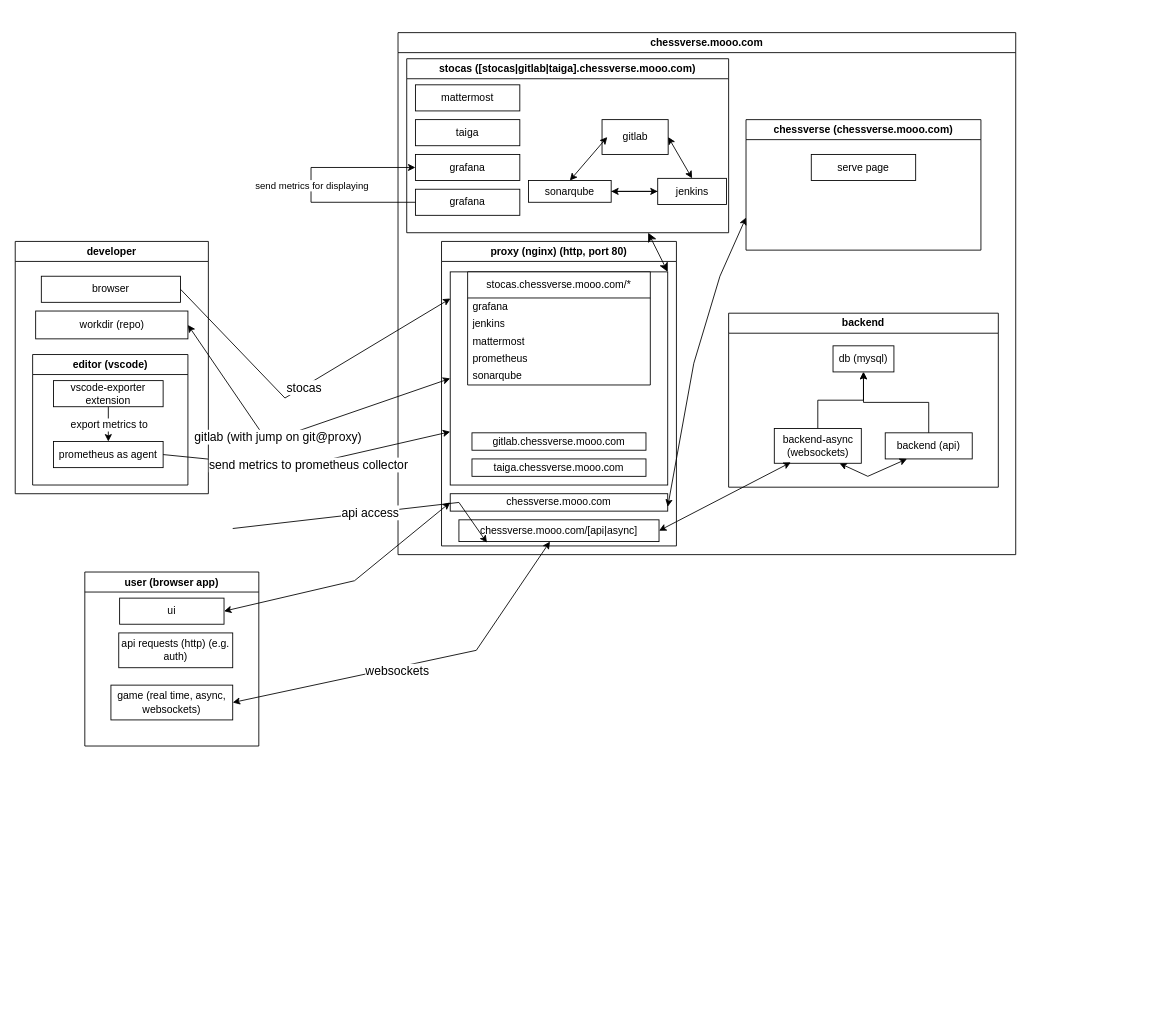
The draw.io diagram doc/infrastructure.drawio in papum20/unibo__projects__ChessVerse, before the edit. Source tidied: cells renumbered, new cells numbered last; positions are measured from the earlier drawing's top-left corner, leaving out a move shared by most shapes. Both pictures are drawn from the tidied source at 87%, with x=0, y=0 at pixel (15, 32).
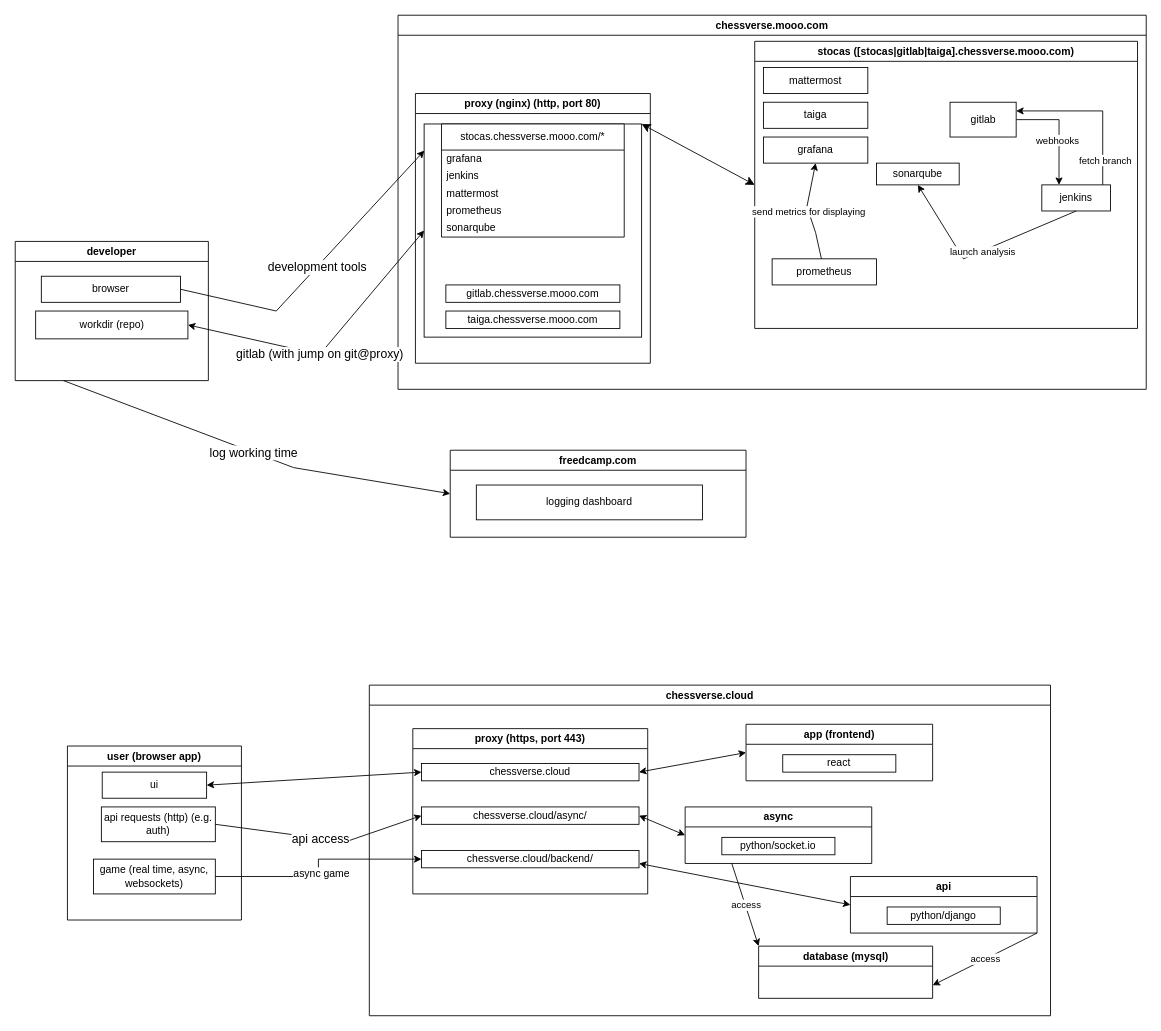
The same page after the edit.

The change refers to these unchanged cells:
```xml
<mxCell id="4" style="rounded=0;whiteSpace=wrap;html=1;" parent="3" vertex="1">
  <mxGeometry x="10" y="35" width="250" height="245" as="geometry" />
</mxCell>
<mxCell id="19" value="gitlab" style="rounded=0;whiteSpace=wrap;html=1;" parent="17" vertex="1">
  <mxGeometry x="224.5" y="70" width="76" height="40" as="geometry" />
</mxCell>
<mxCell id="24" value="sonarqube" style="rounded=0;whiteSpace=wrap;html=1;" parent="17" vertex="1">
  <mxGeometry x="140" y="140" width="95" height="25" as="geometry" />
</mxCell>
<mxCell id="27" value="grafana" style="rounded=0;whiteSpace=wrap;html=1;" parent="17" vertex="1">
  <mxGeometry x="10" y="110" width="120" height="30" as="geometry" />
</mxCell>
<mxCell id="44" value="browser" style="rounded=0;whiteSpace=wrap;html=1;" parent="43" vertex="1">
  <mxGeometry x="30" y="40" width="160" height="30" as="geometry" />
</mxCell>
<mxCell id="50" value="workdir (repo)" style="rounded=0;whiteSpace=wrap;html=1;" parent="43" vertex="1">
  <mxGeometry x="23.5" y="80" width="175" height="32" as="geometry" />
</mxCell>
<mxCell id="58" value="ui" style="rounded=0;whiteSpace=wrap;html=1;" parent="57" vertex="1">
  <mxGeometry x="40" y="30" width="120" height="30" as="geometry" />
</mxCell>
<mxCell id="59" value="api requests (http) (e.g. auth)" style="rounded=0;whiteSpace=wrap;html=1;" parent="57" vertex="1">
  <mxGeometry x="39" y="70" width="131" height="40" as="geometry" />
</mxCell>
<mxCell id="60" value="game (real time, async, websockets)" style="rounded=0;whiteSpace=wrap;html=1;" parent="57" vertex="1">
  <mxGeometry x="30" y="130" width="140" height="40" as="geometry" />
</mxCell>
```

Diff of the diagram source:
```diff
@@
     <mxCell id="2" value="chessverse.mooo.com" style="swimlane;whiteSpace=wrap;html=1;" parent="1" vertex="1">
-      <mxGeometry x="440" width="710" height="600" as="geometry" />
+      <mxGeometry x="440" y="-20" width="860" height="430" as="geometry" />
     </mxCell>
     <mxCell id="3" value="proxy (nginx) (http, port 80)" style="swimlane;whiteSpace=wrap;html=1;" parent="2" vertex="1">
-      <mxGeometry x="50" y="240" width="270" height="350" as="geometry" />
+      <mxGeometry x="20" y="90" width="270" height="310" as="geometry" />
     </mxCell>
@@
-    <mxCell id="5" value="chessverse.mooo.com" style="rounded=0;whiteSpace=wrap;html=1;" parent="3" vertex="1">
-      <mxGeometry x="10" y="290" width="250" height="20" as="geometry" />
-    </mxCell>
-    <mxCell id="6" value="chessverse.mooo.com/[api|async]" style="rounded=0;whiteSpace=wrap;html=1;" parent="3" vertex="1">
-      <mxGeometry x="20" y="320" width="230" height="25" as="geometry" />
-    </mxCell>
-    <mxCell id="7" style="endArrow=classic;html=1;rounded=0;exitX=1;exitY=0.5;exitDx=0;exitDy=0;entryX=0.14;entryY=1.05;entryDx=0;entryDy=0;entryPerimeter=0;" parent="3" edge="1" target="6">
-      <mxGeometry relative="1" as="geometry">
-        <mxPoint x="-240" y="330" as="sourcePoint" />
-        <Array as="points">
-          <mxPoint x="20" y="300" />
-        </Array>
-      </mxGeometry>
-    </mxCell>
-    <mxCell id="8" value="&lt;font style=&quot;font-size: 14px;&quot;&gt;api access&lt;/font&gt;" style="edgeLabel;html=1;align=center;verticalAlign=middle;" parent="7" vertex="1">
-      <mxGeometry relative="1" as="geometry" />
-    </mxCell>
@@
     <mxCell id="17" value="stocas ([stocas|gitlab|taiga].chessverse.mooo.com)" style="swimlane;whiteSpace=wrap;html=1;" parent="2" vertex="1">
-      <mxGeometry x="10" y="30" width="370" height="200" as="geometry" />
+      <mxGeometry x="410" y="30" width="440" height="330" as="geometry" />
     </mxCell>
@@
+    <mxCell id="25" style="edgeStyle=orthogonalEdgeStyle;rounded=0;jettySize=auto;html=1;entryX=0.25;entryY=0;entryDx=0;entryDy=0;" parent="17" edge="1" source="19" target="22">
+      <mxGeometry relative="1" as="geometry" />
+    </mxCell>
+    <mxCell id="64" value="webhooks" style="edgeLabel;html=1;align=center;verticalAlign=middle;" parent="25" vertex="1">
+      <mxGeometry x="0.18" y="-2" relative="1" as="geometry" />
+    </mxCell>
@@
-    <mxCell id="21" style="edgeStyle=orthogonalEdgeStyle;rounded=0;jettySize=auto;html=1;" parent="17" edge="1" source="22" target="24">
-      <mxGeometry relative="1" as="geometry" />
-    </mxCell>
+    <mxCell id="65" style="edgeStyle=orthogonalEdgeStyle;rounded=0;jettySize=auto;html=1;entryX=1;entryY=0.25;entryDx=0;entryDy=0;" parent="17" edge="1" source="22" target="19">
+      <mxGeometry relative="1" as="geometry">
+        <Array as="points">
+          <mxPoint x="400" y="80" />
+        </Array>
+      </mxGeometry>
+    </mxCell>
+    <mxCell id="66" value="fetch branch" style="edgeLabel;html=1;align=center;verticalAlign=middle;" parent="65" vertex="1">
+      <mxGeometry x="-0.69" y="-2" relative="1" as="geometry" />
+    </mxCell>
     <mxCell id="22" value="jenkins" style="rounded=0;whiteSpace=wrap;html=1;" parent="17" vertex="1">
-      <mxGeometry x="288.5" y="137.5" width="79" height="30" as="geometry" />
+      <mxGeometry x="330" y="165" width="79" height="30" as="geometry" />
     </mxCell>
-    <mxCell id="23" style="edgeStyle=orthogonalEdgeStyle;rounded=0;jettySize=auto;html=1;" parent="17" edge="1" source="24" target="22">
-      <mxGeometry relative="1" as="geometry" />
-    </mxCell>
@@
-    <mxCell id="25" style="endArrow=classic;startArrow=classic;html=1;rounded=0;entryX=0.5;entryY=0;entryDx=0;entryDy=0;exitX=1;exitY=0.5;exitDx=0;exitDy=0;" parent="17" edge="1" source="19" target="22">
-      <mxGeometry relative="1" as="geometry" />
-    </mxCell>
-    <mxCell id="26" style="endArrow=classic;startArrow=classic;html=1;rounded=0;entryX=0.079;entryY=0.5;entryDx=0;entryDy=0;entryPerimeter=0;exitX=0.5;exitY=0;exitDx=0;exitDy=0;" parent="17" edge="1" source="24" target="19">
-      <mxGeometry relative="1" as="geometry" />
-    </mxCell>
@@
-    <mxCell id="28" value="grafana" style="rounded=0;whiteSpace=wrap;html=1;" parent="17" vertex="1">
-      <mxGeometry x="10" y="150" width="120" height="30" as="geometry" />
+    <mxCell id="28" value="prometheus" style="rounded=0;whiteSpace=wrap;html=1;" parent="17" vertex="1">
+      <mxGeometry x="20" y="250" width="120" height="30" as="geometry" />
     </mxCell>
-    <mxCell id="29" style="endArrow=classic;html=1;rounded=0;exitX=0;exitY=0.5;exitDx=0;exitDy=0;entryX=0;entryY=0.5;entryDx=0;entryDy=0;" parent="17" edge="1" source="28" target="27">
+    <mxCell id="29" style="endArrow=classic;html=1;rounded=0;entryX=0.5;entryY=1;entryDx=0;entryDy=0;" parent="17" edge="1" source="28" target="27">
       <mxGeometry relative="1" as="geometry">
         <Array as="points">
-          <mxPoint x="-110" y="165" />
-          <mxPoint x="-110" y="125" />
+          <mxPoint x="70" y="220" />
+          <mxPoint x="60" y="190" />
         </Array>
       </mxGeometry>
     </mxCell>
@@
-    <mxCell id="31" value="chessverse (chessverse.mooo.com)" style="swimlane;whiteSpace=wrap;html=1;startSize=23;" parent="2" vertex="1">
-      <mxGeometry x="400" y="100" width="270" height="150" as="geometry" />
-    </mxCell>
-    <mxCell id="32" value="serve page" style="rounded=0;whiteSpace=wrap;html=1;" parent="31" vertex="1">
-      <mxGeometry x="75" y="40" width="120" height="30" as="geometry" />
-    </mxCell>
-    <mxCell id="33" value="backend" style="swimlane;whiteSpace=wrap;html=1;" parent="2" vertex="1">
-      <mxGeometry x="380" y="322.5" width="310" height="200" as="geometry" />
-    </mxCell>
-    <mxCell id="34" value="backend (api)" style="rounded=0;whiteSpace=wrap;html=1;" parent="33" vertex="1">
-      <mxGeometry x="180" y="137.5" width="100" height="30" as="geometry" />
-    </mxCell>
-    <mxCell id="35" value="db (mysql)" style="rounded=0;whiteSpace=wrap;html=1;" parent="33" vertex="1">
-      <mxGeometry x="120" y="37.5" width="70" height="30" as="geometry" />
-    </mxCell>
-    <mxCell id="36" style="edgeStyle=orthogonalEdgeStyle;rounded=0;jettySize=auto;html=1;entryX=0.5;entryY=1;entryDx=0;entryDy=0;" parent="33" edge="1" source="39" target="35">
-      <mxGeometry relative="1" as="geometry" />
-    </mxCell>
-    <mxCell id="37" style="edgeStyle=orthogonalEdgeStyle;rounded=0;jettySize=auto;html=1;entryX=0.5;entryY=1;entryDx=0;entryDy=0;" parent="33" edge="1" source="34" target="35">
-      <mxGeometry relative="1" as="geometry" />
-    </mxCell>
-    <mxCell id="38" style="endArrow=classic;startArrow=classic;html=1;rounded=0;entryX=0.25;entryY=1;entryDx=0;entryDy=0;exitX=0.75;exitY=1;exitDx=0;exitDy=0;" parent="33" edge="1" source="39" target="34">
-      <mxGeometry relative="1" as="geometry">
-        <Array as="points">
-          <mxPoint x="160" y="187.5" />
-        </Array>
-      </mxGeometry>
-    </mxCell>
-    <mxCell id="39" value="backend-async (websockets)" style="rounded=0;whiteSpace=wrap;html=1;" parent="33" vertex="1">
-      <mxGeometry x="52.5" y="132.5" width="100" height="40" as="geometry" />
-    </mxCell>
-    <mxCell id="40" style="endArrow=classic;startArrow=classic;html=1;rounded=0;entryX=0.19;entryY=0.975;entryDx=0;entryDy=0;entryPerimeter=0;exitX=1;exitY=0.5;exitDx=0;exitDy=0;" parent="2" edge="1" source="6" target="39">
-      <mxGeometry relative="1" as="geometry" />
-    </mxCell>
+    <mxCell id="21" style="endArrow=classic;html=1;rounded=0;exitX=0.5;exitY=1;exitDx=0;exitDy=0;entryX=0.5;entryY=1;entryDx=0;entryDy=0;" parent="17" edge="1" source="22" target="24">
+      <mxGeometry relative="1" as="geometry">
+        <Array as="points">
+          <mxPoint x="240" y="250" />
+        </Array>
+      </mxGeometry>
+    </mxCell>
+    <mxCell id="67" value="launch analysis" style="edgeLabel;html=1;align=center;verticalAlign=middle;" parent="21" vertex="1">
+      <mxGeometry x="-0.03" y="1" relative="1" as="geometry">
+        <mxPoint x="-1" as="offset" />
+      </mxGeometry>
+    </mxCell>
-    <mxCell id="41" style="edgeStyle=none;jettySize=auto;html=1;endArrow=classic;startArrow=classic;endSize=8;startSize=8;rounded=0;entryX=1;entryY=0;entryDx=0;entryDy=0;exitX=0.75;exitY=1;exitDx=0;exitDy=0;" parent="2" edge="1" source="17" target="4">
+    <mxCell id="41" style="edgeStyle=none;jettySize=auto;html=1;endArrow=classic;startArrow=classic;endSize=8;startSize=8;rounded=0;entryX=1;entryY=0;entryDx=0;entryDy=0;exitX=0;exitY=0.5;exitDx=0;exitDy=0;" parent="2" edge="1" source="17" target="4">
       <mxGeometry relative="1" as="geometry" />
     </mxCell>
-    <mxCell id="42" style="endArrow=classic;startArrow=classic;html=1;rounded=0;exitX=1;exitY=0.75;exitDx=0;exitDy=0;entryX=0;entryY=0.75;entryDx=0;entryDy=0;" parent="2" edge="1" source="5" target="31">
-      <mxGeometry relative="1" as="geometry">
-        <Array as="points">
-          <mxPoint x="340" y="380" />
-          <mxPoint x="370" y="280" />
-        </Array>
-      </mxGeometry>
-    </mxCell>
     <mxCell id="43" value="developer" style="swimlane;whiteSpace=wrap;html=1;" parent="1" vertex="1">
-      <mxGeometry y="240" width="222" height="290" as="geometry" />
+      <mxGeometry y="240" width="222" height="160" as="geometry" />
     </mxCell>
@@
-    <mxCell id="45" value="editor (vscode)" style="swimlane;whiteSpace=wrap;html=1;" parent="43" vertex="1">
-      <mxGeometry x="20" y="130" width="178.5" height="150" as="geometry" />
-    </mxCell>
-    <mxCell id="46" value="vscode-exporter extension" style="rounded=0;whiteSpace=wrap;html=1;" parent="45" vertex="1">
-      <mxGeometry x="24" y="30" width="126" height="30" as="geometry" />
-    </mxCell>
-    <mxCell id="47" value="prometheus as agent" style="rounded=0;whiteSpace=wrap;html=1;" parent="45" vertex="1">
-      <mxGeometry x="24" y="100" width="126" height="30" as="geometry" />
-    </mxCell>
-    <mxCell id="48" style="endArrow=classic;html=1;rounded=0;exitX=0.5;exitY=1;exitDx=0;exitDy=0;entryX=0.5;entryY=0;entryDx=0;entryDy=0;" parent="45" edge="1" source="46" target="47">
-      <mxGeometry relative="1" as="geometry" />
-    </mxCell>
-    <mxCell id="49" value="&lt;font style=&quot;font-size: 12px;&quot;&gt;export metrics to&lt;/font&gt;" style="edgeLabel;html=1;align=center;verticalAlign=middle;" parent="48" vertex="1">
-      <mxGeometry relative="1" as="geometry" />
-    </mxCell>
@@
     <mxCell id="51" style="endArrow=classic;html=1;rounded=0;exitX=1;exitY=0.5;exitDx=0;exitDy=0;entryX=0.001;entryY=0.125;entryDx=0;entryDy=0;entryPerimeter=0;" parent="1" edge="1" source="44" target="4">
       <mxGeometry relative="1" as="geometry">
         <Array as="points">
-          <mxPoint x="310" y="420" />
+          <mxPoint x="300" y="320" />
         </Array>
       </mxGeometry>
     </mxCell>
-    <mxCell id="52" value="&lt;font style=&quot;font-size: 14px;&quot;&gt;stocas&lt;/font&gt;" style="edgeLabel;html=1;align=center;verticalAlign=middle;" parent="51" vertex="1">
+    <mxCell id="52" value="&lt;font style=&quot;font-size: 14px;&quot;&gt;development tools&lt;br&gt;&lt;/font&gt;" style="edgeLabel;html=1;align=center;verticalAlign=middle;" parent="51" vertex="1">
       <mxGeometry relative="1" as="geometry" />
     </mxCell>
-    <mxCell id="53" style="endArrow=classic;html=1;rounded=0;entryX=0;entryY=0.75;entryDx=0;entryDy=0;exitX=1;exitY=0.5;exitDx=0;exitDy=0;" parent="1" edge="1" source="47" target="4">
+    <mxCell id="53" style="endArrow=classic;html=1;rounded=0;entryX=0;entryY=0.5;entryDx=0;entryDy=0;exitX=0.25;exitY=1;exitDx=0;exitDy=0;" parent="1" edge="1" source="43" target="90">
       <mxGeometry relative="1" as="geometry">
         <Array as="points">
           <mxPoint x="320" y="500" />
         </Array>
       </mxGeometry>
     </mxCell>
-    <mxCell id="54" value="&lt;font style=&quot;font-size: 14px;&quot;&gt;send metrics to prometheus collector&lt;br&gt;&lt;/font&gt;" style="edgeLabel;html=1;align=center;verticalAlign=middle;" parent="53" vertex="1">
+    <mxCell id="54" value="&lt;font style=&quot;font-size: 14px;&quot;&gt;log working time&lt;br&gt;&lt;/font&gt;" style="edgeLabel;html=1;align=center;verticalAlign=middle;" parent="53" vertex="1">
       <mxGeometry relative="1" as="geometry" />
     </mxCell>
     <mxCell id="55" style="endArrow=classic;startArrow=classic;html=1;rounded=0;exitX=1;exitY=0.5;exitDx=0;exitDy=0;entryX=0;entryY=0.5;entryDx=0;entryDy=0;" parent="1" edge="1" source="50" target="4">
       <mxGeometry relative="1" as="geometry">
         <Array as="points">
-          <mxPoint x="290" y="470" />
+          <mxPoint x="350" y="370" />
         </Array>
       </mxGeometry>
     </mxCell>
@@
     <mxCell id="57" value="user (browser app)" style="swimlane;whiteSpace=wrap;html=1;" parent="1" vertex="1">
-      <mxGeometry x="80" y="620" width="200" height="200" as="geometry" />
+      <mxGeometry x="60" y="820" width="200" height="200" as="geometry" />
     </mxCell>
@@
-    <mxCell id="61" style="endArrow=classic;startArrow=classic;html=1;rounded=0;exitX=1;exitY=0.5;exitDx=0;exitDy=0;entryX=0.455;entryY=1;entryDx=0;entryDy=0;entryPerimeter=0;" parent="1" edge="1" source="60" target="6">
-      <mxGeometry relative="1" as="geometry">
-        <Array as="points">
-          <mxPoint x="530" y="710" />
-        </Array>
-      </mxGeometry>
-    </mxCell>
-    <mxCell id="62" value="&lt;font style=&quot;font-size: 14px;&quot;&gt;websockets&lt;/font&gt;" style="edgeLabel;html=1;align=center;verticalAlign=middle;" parent="61" vertex="1">
-      <mxGeometry x="-0.12" y="-4" relative="1" as="geometry" />
-    </mxCell>
-    <mxCell id="63" style="endArrow=classic;startArrow=classic;html=1;rounded=0;entryX=0;entryY=0.5;entryDx=0;entryDy=0;exitX=1;exitY=0.5;exitDx=0;exitDy=0;" parent="1" edge="1" source="58" target="5">
-      <mxGeometry relative="1" as="geometry">
-        <Array as="points">
-          <mxPoint x="390" y="630" />
-        </Array>
-      </mxGeometry>
-    </mxCell>
+    <mxCell id="68" value="chessverse.cloud" style="swimlane;whiteSpace=wrap;html=1;" parent="1" vertex="1">
+      <mxGeometry x="407" y="750" width="783" height="380" as="geometry" />
+    </mxCell>
+    <mxCell id="69" value="proxy (https, port 443)" style="swimlane;whiteSpace=wrap;html=1;" parent="68" vertex="1">
+      <mxGeometry x="50" y="50" width="270" height="190" as="geometry" />
+    </mxCell>
+    <mxCell id="70" value="chessverse.cloud" style="rounded=0;whiteSpace=wrap;html=1;" parent="69" vertex="1">
+      <mxGeometry x="10" y="40" width="250" height="20" as="geometry" />
+    </mxCell>
+    <mxCell id="71" value="chessverse.cloud/backend/" style="rounded=0;whiteSpace=wrap;html=1;" parent="69" vertex="1">
+      <mxGeometry x="10" y="140" width="250" height="20" as="geometry" />
+    </mxCell>
+    <mxCell id="72" value="chessverse.cloud/async/" style="rounded=0;whiteSpace=wrap;html=1;" parent="69" vertex="1">
+      <mxGeometry x="10" y="90" width="250" height="20" as="geometry" />
+    </mxCell>
+    <mxCell id="73" value="app (frontend)" style="swimlane;whiteSpace=wrap;html=1;" parent="68" vertex="1">
+      <mxGeometry x="433" y="45" width="214.5" height="65" as="geometry" />
+    </mxCell>
+    <mxCell id="74" value="react" style="whiteSpace=wrap;html=1;" parent="73" vertex="1">
+      <mxGeometry x="42.2" y="35" width="130" height="20" as="geometry" />
+    </mxCell>
+    <mxCell id="75" value="database (mysql)" style="swimlane;whiteSpace=wrap;html=1;" parent="68" vertex="1">
+      <mxGeometry x="447.5" y="300" width="200" height="60" as="geometry" />
+    </mxCell>
+    <mxCell id="76" value="async" style="swimlane;whiteSpace=wrap;html=1;startSize=23;" parent="68" vertex="1">
+      <mxGeometry x="363" y="140" width="214.5" height="65" as="geometry" />
+    </mxCell>
+    <mxCell id="77" value="python/socket.io" style="whiteSpace=wrap;html=1;" parent="76" vertex="1">
+      <mxGeometry x="42.2" y="35" width="130" height="20" as="geometry" />
+    </mxCell>
+    <mxCell id="78" value="api" style="swimlane;whiteSpace=wrap;html=1;" parent="68" vertex="1">
+      <mxGeometry x="553" y="220" width="214.5" height="65" as="geometry" />
+    </mxCell>
+    <mxCell id="79" value="python/django" style="whiteSpace=wrap;html=1;" parent="78" vertex="1">
+      <mxGeometry x="42.2" y="35" width="130" height="20" as="geometry" />
+    </mxCell>
+    <mxCell id="80" style="endArrow=classic;startArrow=classic;html=1;rounded=0;exitX=1;exitY=0.5;exitDx=0;exitDy=0;entryX=0;entryY=0.5;entryDx=0;entryDy=0;" parent="68" edge="1" source="72" target="76">
+      <mxGeometry relative="1" as="geometry" />
+    </mxCell>
+    <mxCell id="81" style="endArrow=classic;startArrow=classic;html=1;rounded=0;exitX=1;exitY=0.75;exitDx=0;exitDy=0;entryX=0;entryY=0.5;entryDx=0;entryDy=0;" parent="68" edge="1" source="71" target="78">
+      <mxGeometry relative="1" as="geometry" />
+    </mxCell>
+    <mxCell id="82" style="endArrow=classic;startArrow=classic;html=1;rounded=0;exitX=1;exitY=0.5;exitDx=0;exitDy=0;entryX=0;entryY=0.5;entryDx=0;entryDy=0;" parent="68" edge="1" source="70" target="73">
+      <mxGeometry relative="1" as="geometry" />
+    </mxCell>
+    <mxCell id="83" style="endArrow=classic;html=1;rounded=0;exitX=0.25;exitY=1;exitDx=0;exitDy=0;entryX=0;entryY=0;entryDx=0;entryDy=0;" parent="68" edge="1" source="76" target="75">
+      <mxGeometry relative="1" as="geometry" />
+    </mxCell>
+    <mxCell id="84" value="access" style="edgeLabel;html=1;align=center;verticalAlign=middle;" parent="83" vertex="1">
+      <mxGeometry relative="1" as="geometry" />
+    </mxCell>
+    <mxCell id="85" style="endArrow=classic;html=1;rounded=0;exitX=1;exitY=1;exitDx=0;exitDy=0;entryX=1;entryY=0.75;entryDx=0;entryDy=0;" parent="68" edge="1" source="78" target="75">
+      <mxGeometry relative="1" as="geometry" />
+    </mxCell>
+    <mxCell id="86" value="access" style="edgeLabel;html=1;align=center;verticalAlign=middle;" parent="85" vertex="1">
+      <mxGeometry relative="1" as="geometry" />
+    </mxCell>
+    <mxCell id="87" style="endArrow=classic;html=1;rounded=0;exitX=1;exitY=0.5;exitDx=0;exitDy=0;entryX=0;entryY=0.5;entryDx=0;entryDy=0;" parent="1" edge="1" source="59" target="72">
+      <mxGeometry relative="1" as="geometry">
+        <Array as="points">
+          <mxPoint x="380" y="930" />
+        </Array>
+      </mxGeometry>
+    </mxCell>
+    <mxCell id="8" value="&lt;font style=&quot;font-size: 14px;&quot;&gt;api access&lt;/font&gt;" style="edgeLabel;html=1;align=center;verticalAlign=middle;" parent="87" vertex="1">
+      <mxGeometry relative="1" as="geometry" />
+    </mxCell>
+    <mxCell id="88" style="edgeStyle=orthogonalEdgeStyle;rounded=0;jettySize=auto;html=1;exitX=1;exitY=0.5;exitDx=0;exitDy=0;entryX=0;entryY=0.5;entryDx=0;entryDy=0;" parent="1" edge="1" source="60" target="71">
+      <mxGeometry relative="1" as="geometry" />
+    </mxCell>
+    <mxCell id="89" value="&lt;font style=&quot;font-size: 12px;&quot;&gt;async game&lt;/font&gt;" style="edgeLabel;html=1;align=center;verticalAlign=middle;" parent="88" vertex="1">
+      <mxGeometry x="-0.05" y="-3" relative="1" as="geometry" />
+    </mxCell>
+    <mxCell id="90" value="freedcamp.com" style="swimlane;whiteSpace=wrap;html=1;" parent="1" vertex="1">
+      <mxGeometry x="500" y="480" width="340" height="100" as="geometry" />
+    </mxCell>
+    <mxCell id="91" value="logging dashboard" style="rounded=0;whiteSpace=wrap;html=1;" parent="90" vertex="1">
+      <mxGeometry x="30" y="40" width="260" height="40" as="geometry" />
+    </mxCell>
+    <mxCell id="92" style="endArrow=classic;startArrow=classic;html=1;rounded=0;exitX=1;exitY=0.5;exitDx=0;exitDy=0;entryX=0;entryY=0.5;entryDx=0;entryDy=0;" parent="1" edge="1" source="58" target="70">
+      <mxGeometry relative="1" as="geometry" />
+    </mxCell>
```
